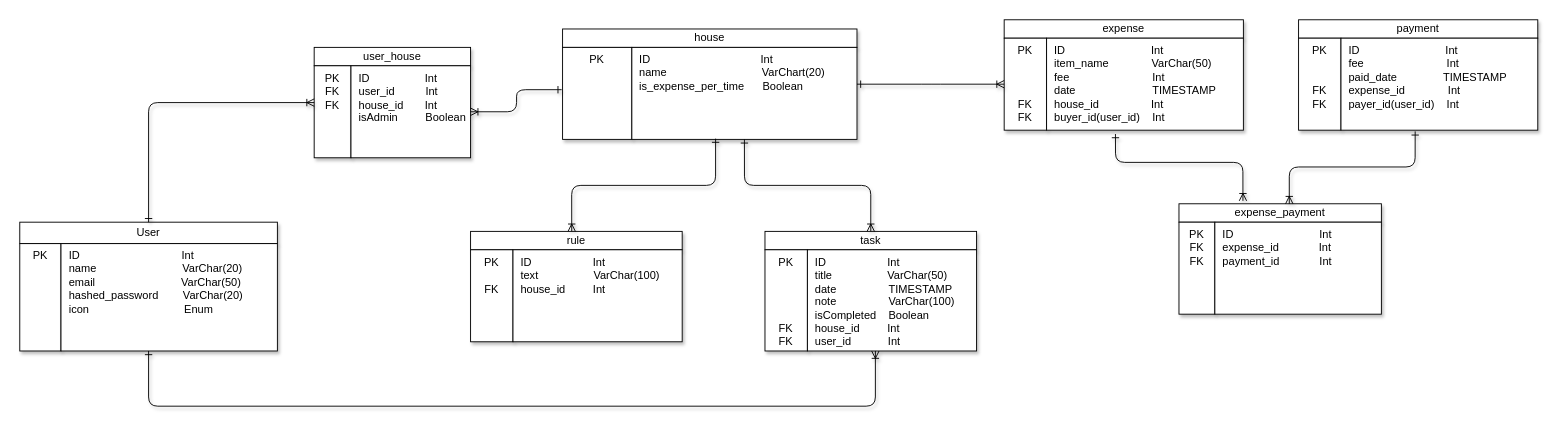
Before: server/erd.drawio in HAK2024/fairy-share, a draw.io diagram. Source tidied: cells renumbered, new cells numbered last; positions are measured from the earlier drawing's top-left corner, leaving out a move shared by most shapes. Both pictures are drawn from the tidied source at 92%, with x=0, y=0 at pixel (19, 19).
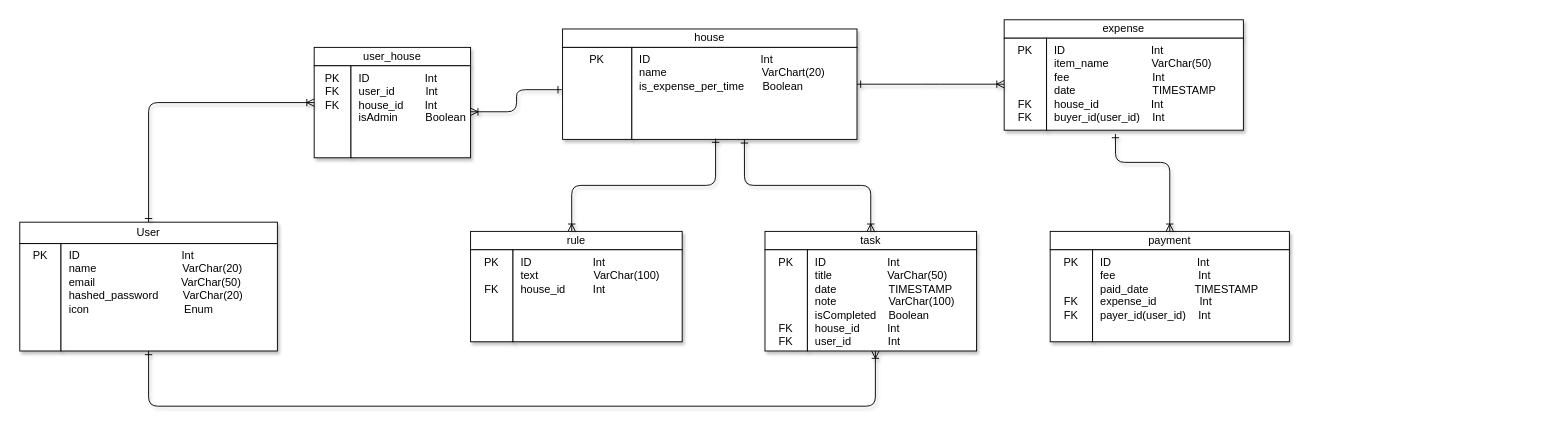
The same diagram, later.

Unchanged cells that the change refers to:
```xml
<mxCell id="25" value="&amp;nbsp; ID&amp;nbsp; &amp;nbsp; &amp;nbsp; &amp;nbsp; &amp;nbsp; &amp;nbsp; &amp;nbsp; &amp;nbsp; &amp;nbsp; &amp;nbsp; &amp;nbsp; &amp;nbsp; &amp;nbsp; &amp;nbsp; Int&lt;br&gt;&amp;nbsp; item_name&amp;nbsp; &amp;nbsp; &amp;nbsp; &amp;nbsp; &amp;nbsp; &amp;nbsp; &amp;nbsp; VarChar(50)&lt;br&gt;&amp;nbsp; fee&amp;nbsp; &amp;nbsp; &amp;nbsp; &amp;nbsp; &amp;nbsp; &amp;nbsp; &amp;nbsp; &amp;nbsp; &amp;nbsp; &amp;nbsp; &amp;nbsp; &amp;nbsp; &amp;nbsp; &amp;nbsp;Int&lt;br&gt;&amp;nbsp; date&amp;nbsp; &amp;nbsp; &amp;nbsp; &amp;nbsp; &amp;nbsp; &amp;nbsp; &amp;nbsp; &amp;nbsp; &amp;nbsp; &amp;nbsp; &amp;nbsp; &amp;nbsp; &amp;nbsp;TIMESTAMP&lt;br&gt;&amp;nbsp; house_id&amp;nbsp; &amp;nbsp; &amp;nbsp; &amp;nbsp; &amp;nbsp; &amp;nbsp; &amp;nbsp; &amp;nbsp; &amp;nbsp;Int&lt;br&gt;&amp;nbsp; buyer_id(user_id)&amp;nbsp; &amp;nbsp; Int" style="whiteSpace=wrap;html=1;shadow=1;fontSize=12;verticalAlign=top;align=left;labelBorderColor=none;strokeColor=default;" parent="22" vertex="1">
  <mxGeometry x="46.1" y="20" width="213.9" height="100" as="geometry" />
</mxCell>
<mxCell id="27" value="payment" style="whiteSpace=wrap;html=1;shadow=1;fontSize=12;" parent="26" vertex="1">
  <mxGeometry width="260" height="20" as="geometry" />
</mxCell>
<mxCell id="29" value="&amp;nbsp; ID&amp;nbsp; &amp;nbsp; &amp;nbsp; &amp;nbsp; &amp;nbsp; &amp;nbsp; &amp;nbsp; &amp;nbsp; &amp;nbsp; &amp;nbsp; &amp;nbsp; &amp;nbsp; &amp;nbsp; &amp;nbsp; Int&lt;br&gt;&amp;nbsp; fee&amp;nbsp; &amp;nbsp; &amp;nbsp; &amp;nbsp; &amp;nbsp; &amp;nbsp; &amp;nbsp; &amp;nbsp; &amp;nbsp; &amp;nbsp; &amp;nbsp; &amp;nbsp; &amp;nbsp; &amp;nbsp;Int&lt;br&gt;&amp;nbsp; paid_date&amp;nbsp; &amp;nbsp; &amp;nbsp; &amp;nbsp; &amp;nbsp; &amp;nbsp; &amp;nbsp; &amp;nbsp;TIMESTAMP&lt;br&gt;&amp;nbsp; expense_id&amp;nbsp; &amp;nbsp; &amp;nbsp; &amp;nbsp; &amp;nbsp; &amp;nbsp; &amp;nbsp; Int&lt;br&gt;&amp;nbsp; payer_id(user_id)&amp;nbsp; &amp;nbsp; Int" style="whiteSpace=wrap;html=1;shadow=1;fontSize=12;verticalAlign=top;align=left;labelBorderColor=none;strokeColor=default;" parent="26" vertex="1">
  <mxGeometry x="46.1" y="20" width="213.9" height="100" as="geometry" />
</mxCell>
```

What changed in the source:
```diff
@@
     <mxCell id="26" style="group;" parent="1" vertex="1">
-      <mxGeometry x="1390" width="260" height="120" as="geometry" />
+      <mxGeometry x="1120" y="230" width="260" height="120" as="geometry" />
     </mxCell>
@@
-    <mxCell id="36" style="edgeStyle=orthogonalEdgeStyle;html=1;shadow=1;fontSize=12;startArrow=ERone;startFill=0;endArrow=ERoneToMany;endFill=0;exitX=0.35;exitY=1.042;exitDx=0;exitDy=0;exitPerimeter=0;entryX=0.316;entryY=-0.159;entryDx=0;entryDy=0;entryPerimeter=0;" parent="1" edge="1" source="25" target="38">
+    <mxCell id="36" style="edgeStyle=orthogonalEdgeStyle;html=1;shadow=1;fontSize=12;startArrow=ERone;startFill=0;endArrow=ERoneToMany;endFill=0;exitX=0.35;exitY=1.042;exitDx=0;exitDy=0;exitPerimeter=0;entryX=0.5;entryY=0;entryDx=0;entryDy=0;" parent="1" edge="1" source="25" target="27">
       <mxGeometry relative="1" as="geometry">
         <Array as="points">
           <mxPoint x="1191" y="155" />
-          <mxPoint x="1330" y="155" />
+          <mxPoint x="1250" y="155" />
         </Array>
       </mxGeometry>
     </mxCell>
-    <mxCell id="37" style="group;" parent="1" vertex="1">
-      <mxGeometry x="1260" y="200" width="220" height="120" as="geometry" />
-    </mxCell>
-    <mxCell id="38" value="expense_payment" style="whiteSpace=wrap;html=1;shadow=1;fontSize=12;" parent="37" vertex="1">
-      <mxGeometry width="220" height="20" as="geometry" />
-    </mxCell>
-    <mxCell id="39" value="PK&lt;br&gt;FK&lt;br&gt;FK" style="whiteSpace=wrap;html=1;shadow=1;fontSize=12;align=center;verticalAlign=top;" parent="37" vertex="1">
-      <mxGeometry y="20" width="39" height="100" as="geometry" />
-    </mxCell>
-    <mxCell id="40" value="&amp;nbsp; ID&amp;nbsp; &amp;nbsp; &amp;nbsp; &amp;nbsp; &amp;nbsp; &amp;nbsp; &amp;nbsp; &amp;nbsp; &amp;nbsp; &amp;nbsp; &amp;nbsp; &amp;nbsp; &amp;nbsp; &amp;nbsp; Int&lt;br&gt;&amp;nbsp; expense_id&amp;nbsp; &amp;nbsp; &amp;nbsp; &amp;nbsp; &amp;nbsp; &amp;nbsp; &amp;nbsp;Int&lt;br&gt;&amp;nbsp; payment_id&amp;nbsp; &amp;nbsp; &amp;nbsp; &amp;nbsp; &amp;nbsp; &amp;nbsp; &amp;nbsp;Int" style="whiteSpace=wrap;html=1;shadow=1;fontSize=12;verticalAlign=top;align=left;labelBorderColor=none;strokeColor=default;" parent="37" vertex="1">
-      <mxGeometry x="39" y="20" width="181" height="100" as="geometry" />
-    </mxCell>
-    <mxCell id="41" style="edgeStyle=orthogonalEdgeStyle;html=1;entryX=0.545;entryY=0;entryDx=0;entryDy=0;entryPerimeter=0;shadow=1;fontSize=12;startArrow=ERone;startFill=0;endArrow=ERoneToMany;endFill=0;exitX=0.377;exitY=1.013;exitDx=0;exitDy=0;exitPerimeter=0;" parent="1" edge="1" source="29" target="38">
-      <mxGeometry relative="1" as="geometry" />
-    </mxCell>
```
